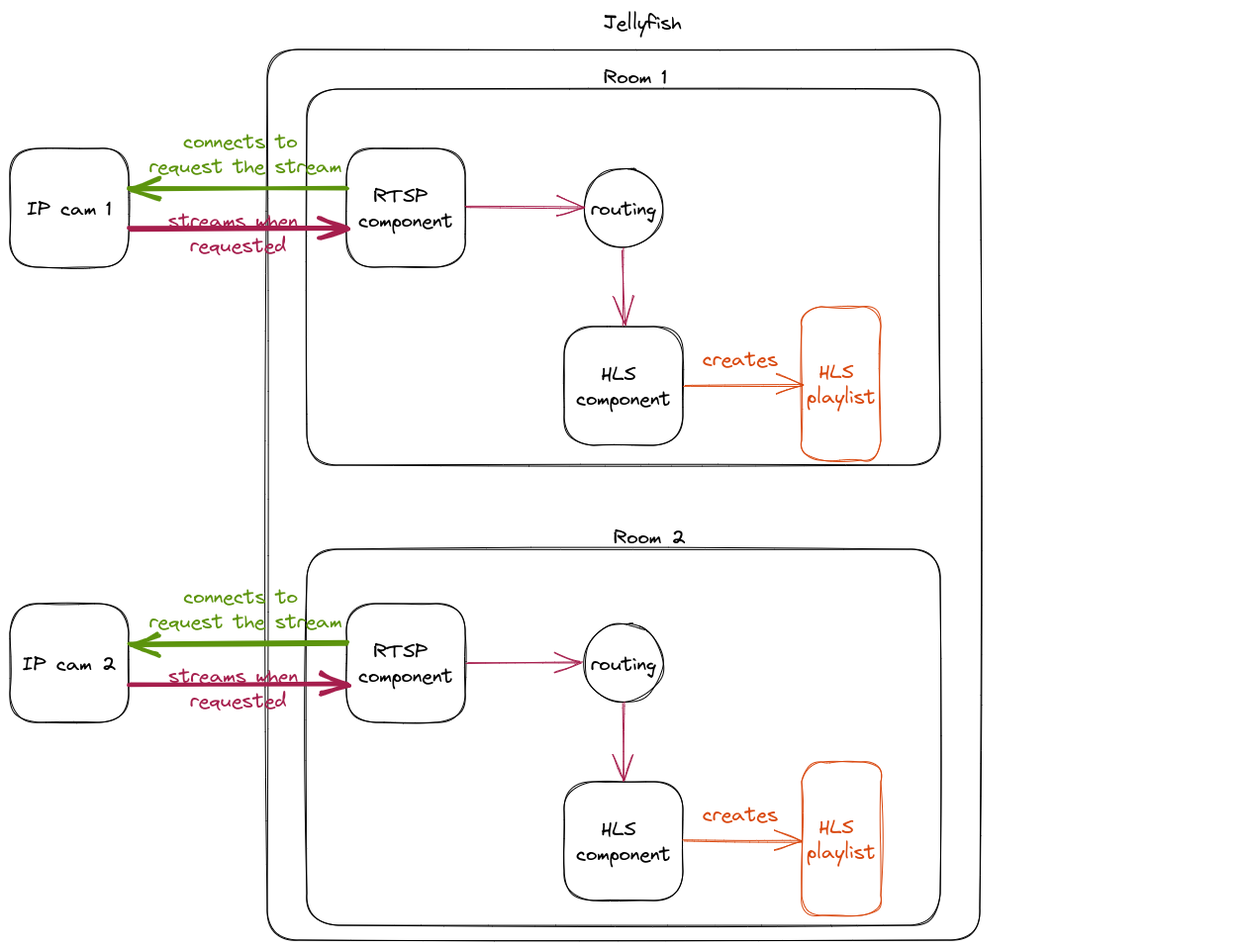
Earlier version of the Excalidraw export static/img/ip-cameras-light.png (fishjam-dev/fishjam-docs). Source tidied: one line per element, renumbered; positions are measured from the earlier drawing's top-left corner, leaving out a move shared by most shapes.
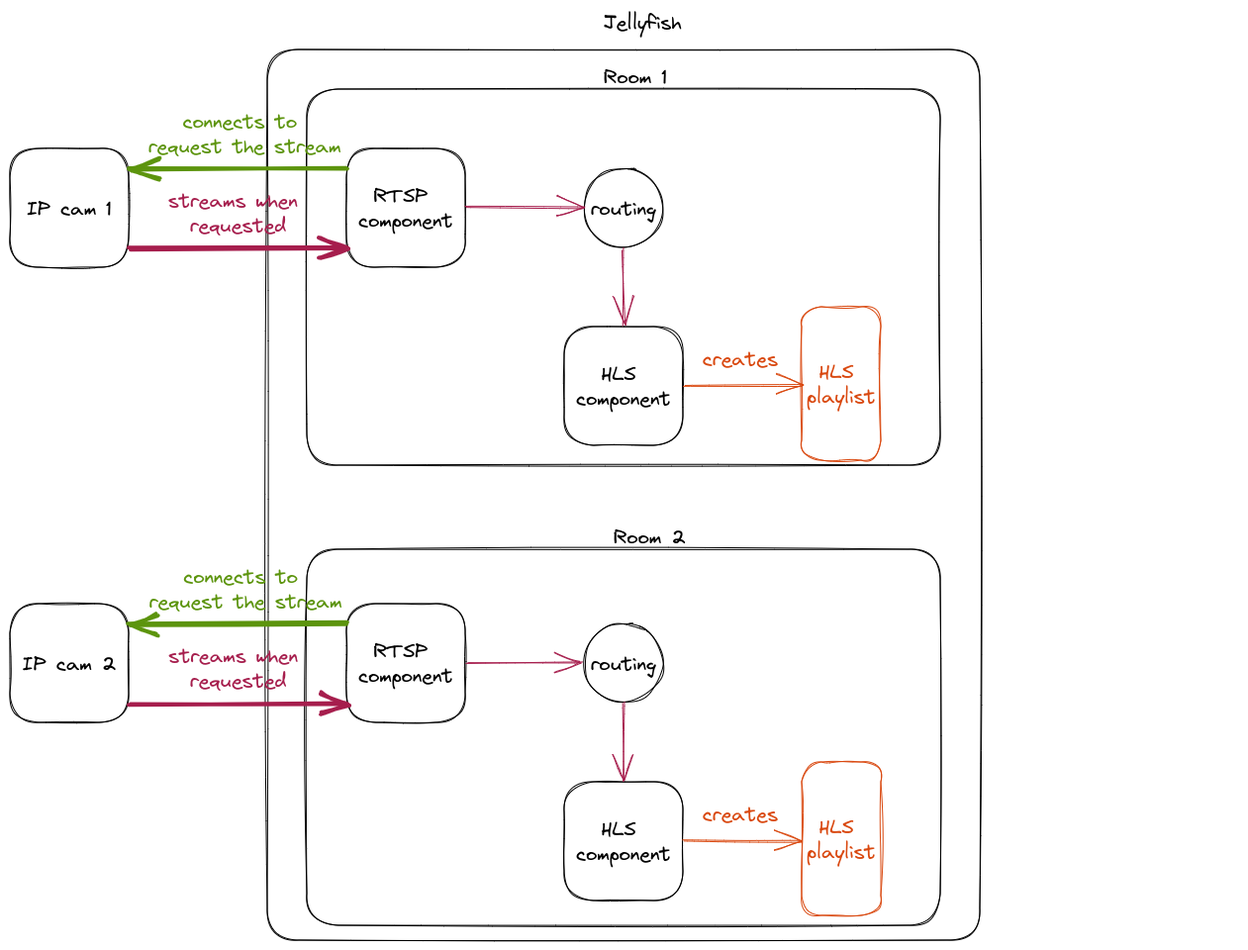
The same file after the commit.

Commit message:
Improve arrow placing in ip-cameras diagrams

Change to the diagram source:
```diff
@@ -8,8 +8,8 @@
 {"id": 7, "type": "text", "text": "HLS \ncomponent", "strokeColor": "#000", "strokeWidth": 1, "roughness": 1, "fontSize": 20, "fontFamily": 1, "textAlign": "center", "verticalAlign": "middle", "inside": 6, "x": 572, "y": 355, "width": 96, "height": 50}
 {"id": 8, "type": "rectangle", "strokeColor": "#000", "strokeWidth": 1, "roughness": 1, "round": true, "x": 0, "y": 140, "width": 120, "height": 120}
 {"id": 9, "type": "text", "text": "IP cam 1", "strokeColor": "#000", "strokeWidth": 1, "roughness": 1, "fontSize": 20, "fontFamily": 1, "textAlign": "center", "verticalAlign": "middle", "inside": 8, "x": 17, "y": 188, "width": 86, "height": 25}
-{"id": 10, "type": "arrow", "strokeColor": "#a61e4d", "strokeWidth": 4, "roughness": 1, "endArrowhead": "arrow", "round": true, "from": 8, "x": 121, "y": 221, "width": 220, "height": 0, "points": [[0, 0], [220, 0]]}
+{"id": 10, "type": "arrow", "strokeColor": "#a61e4d", "strokeWidth": 4, "roughness": 1, "endArrowhead": "arrow", "round": true, "from": 8, "x": 121, "y": 241, "width": 220, "height": 0, "points": [[0, 0], [220, 0]]}
-{"id": 11, "type": "arrow", "strokeColor": "#5c940d", "strokeWidth": 4, "roughness": 1, "endArrowhead": "arrow", "round": true, "from": 4, "to": 8, "x": 340, "y": 180, "width": 219, "height": 0, "points": [[0, 0], [-219, 0]]}
+{"id": 11, "type": "arrow", "strokeColor": "#5c940d", "strokeWidth": 4, "roughness": 1, "endArrowhead": "arrow", "round": true, "from": 4, "to": 8, "x": 340, "y": 160, "width": 219, "height": 0, "points": [[0, 0], [-219, 0]]}
 {"id": 12, "type": "ellipse", "strokeColor": "#000", "strokeWidth": 1, "roughness": 1, "round": true, "x": 580, "y": 160, "width": 80, "height": 80}
 {"id": 13, "type": "text", "text": "routing", "strokeColor": "#000", "strokeWidth": 4, "roughness": 1, "fontSize": 20, "fontFamily": 1, "textAlign": "center", "verticalAlign": "middle", "inside": 12, "x": 587, "y": 188, "width": 66, "height": 25}
 {"id": 14, "type": "arrow", "strokeColor": "#a61e4d", "strokeWidth": 1, "roughness": 1, "endArrowhead": "arrow", "round": true, "from": 12, "to": 6, "x": 620, "y": 241, "width": 0, "height": 78, "points": [[0, 0], [0, 78]]}
@@ -34,11 +34,11 @@
 {"id": 33, "type": "text", "text": "HLS \nplaylist", "strokeColor": "#d9480f", "strokeWidth": 1, "roughness": 2, "fontSize": 20, "fontFamily": 1, "textAlign": "center", "verticalAlign": "middle", "inside": 32, "x": 805, "y": 812, "width": 70, "height": 50}
 {"id": 34, "type": "arrow", "strokeColor": "#d9480f", "strokeWidth": 1, "roughness": 1, "endArrowhead": "arrow", "round": true, "from": 20, "to": 32, "x": 681, "y": 840, "width": 119, "height": 0, "points": [[0, 0], [59, 0], [119, 0]]}
 {"id": 35, "type": "text", "text": "creates", "strokeColor": "#d9480f", "strokeWidth": 1, "roughness": 1, "fontSize": 20, "fontFamily": 1, "x": 700, "y": 800, "width": 76, "height": 25}
-{"id": 36, "type": "text", "text": "connects to \nrequest the stream", "strokeColor": "#5c940d", "strokeWidth": 1, "roughness": 1, "fontSize": 20, "fontFamily": 1, "textAlign": "center", "x": 141, "y": 120, "width": 195, "height": 50}
+{"id": 36, "type": "text", "text": "connects to \nrequest the stream", "strokeColor": "#5c940d", "strokeWidth": 1, "roughness": 1, "fontSize": 20, "fontFamily": 1, "textAlign": "center", "x": 140, "y": 100, "width": 195, "height": 50}
-{"id": 37, "type": "text", "text": "streams when \nrequested", "strokeColor": "#a61e4d", "strokeWidth": 1, "roughness": 1, "fontSize": 20, "fontFamily": 1, "textAlign": "center", "x": 160, "y": 200, "width": 141, "height": 50}
+{"id": 37, "type": "text", "text": "streams when \nrequested", "strokeColor": "#a61e4d", "strokeWidth": 1, "roughness": 1, "fontSize": 20, "fontFamily": 1, "textAlign": "center", "x": 160, "y": 180, "width": 141, "height": 50}
-{"id": 38, "type": "arrow", "strokeColor": "#a61e4d", "strokeWidth": 4, "roughness": 1, "endArrowhead": "arrow", "round": true, "from": 22, "x": 121, "y": 681, "width": 220, "height": 0, "points": [[0, 0], [220, 0]]}
+{"id": 38, "type": "arrow", "strokeColor": "#a61e4d", "strokeWidth": 4, "roughness": 1, "endArrowhead": "arrow", "round": true, "from": 22, "x": 121, "y": 701, "width": 220, "height": 0, "points": [[0, 0], [220, 0]]}
-{"id": 39, "type": "arrow", "strokeColor": "#5c940d", "strokeWidth": 4, "roughness": 1, "endArrowhead": "arrow", "round": true, "from": 40, "to": 22, "x": 340, "y": 640, "width": 219, "height": 0, "points": [[0, 0], [-219, 0]]}
+{"id": 39, "type": "arrow", "strokeColor": "#5c940d", "strokeWidth": 4, "roughness": 1, "endArrowhead": "arrow", "round": true, "from": 18, "to": 22, "x": 340, "y": 620, "width": 220, "height": 0, "points": [[0, 0], [-220, 0]]}
-{"id": 40, "type": "text", "text": "connects to \nrequest the stream", "strokeColor": "#5c940d", "strokeWidth": 1, "roughness": 1, "fontSize": 20, "fontFamily": 1, "textAlign": "center", "x": 141, "y": 580, "width": 195, "height": 50}
+{"id": 40, "type": "text", "text": "connects to \nrequest the stream", "strokeColor": "#5c940d", "strokeWidth": 1, "roughness": 1, "fontSize": 20, "fontFamily": 1, "textAlign": "center", "x": 141, "y": 560, "width": 195, "height": 50}
-{"id": 41, "type": "text", "text": "streams when \nrequested", "strokeColor": "#a61e4d", "strokeWidth": 1, "roughness": 1, "fontSize": 20, "fontFamily": 1, "textAlign": "center", "x": 160, "y": 660, "width": 141, "height": 50}
+{"id": 41, "type": "text", "text": "streams when \nrequested", "strokeColor": "#a61e4d", "strokeWidth": 1, "roughness": 1, "fontSize": 20, "fontFamily": 1, "textAlign": "center", "x": 160, "y": 640, "width": 141, "height": 50}
 {"id": 42, "type": "rectangle", "strokeColor": "transparent", "strokeWidth": 1, "roughness": 1, "round": true, "x": 1120, "y": 580, "width": 121, "height": 120}
 {"id": 43, "type": "text", "text": "hidden to \nget proper\nimage size", "strokeColor": "transparent", "strokeWidth": 1, "roughness": 1, "fontSize": 20, "fontFamily": 1, "textAlign": "center", "verticalAlign": "middle", "inside": 42, "x": 1129, "y": 602, "width": 101, "height": 75}
```
